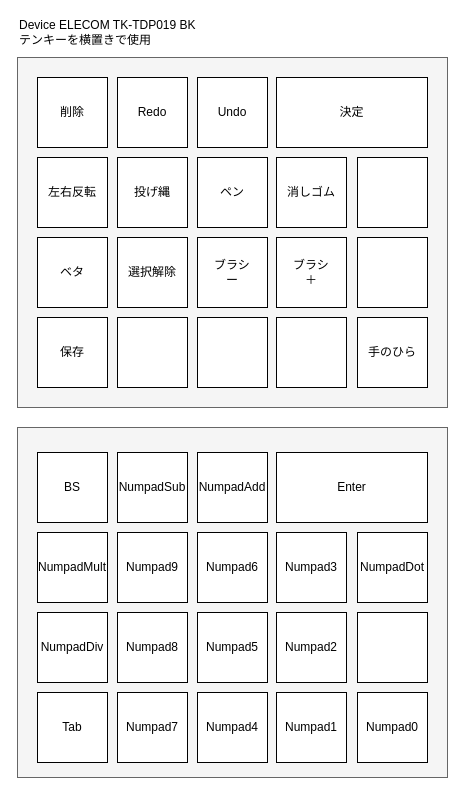
This is docs/softwares/clip_studio_paint.drawio from eirayimiguk/ahk, a draw.io file, before an edit. Source tidied: cells renumbered, new cells numbered last; positions are measured from the earlier drawing's top-left corner, leaving out a move shared by most shapes. Both pictures are drawn from the tidied source at 100%, with x=0, y=0 at pixel (17, 17).
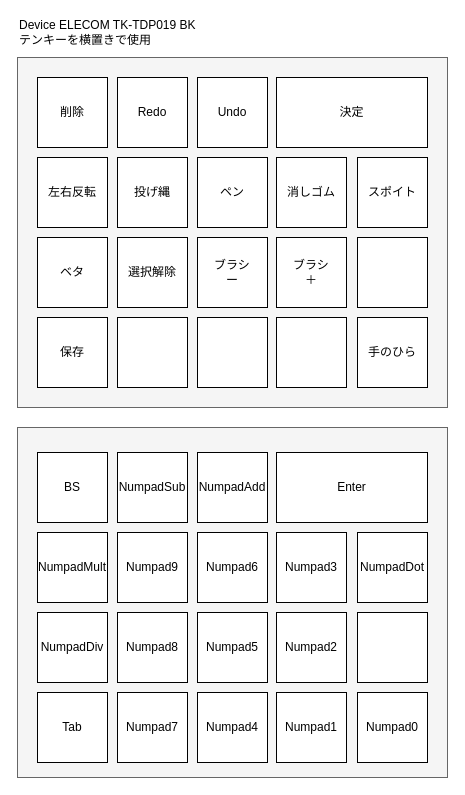
The same diagram, later.

Change to the diagram source:
```diff
@@
-    <mxCell id="20" style="whiteSpace=wrap;html=1;" parent="1" vertex="1">
+    <mxCell id="20" value="スポイト" style="whiteSpace=wrap;html=1;" parent="1" vertex="1">
       <mxGeometry x="340" y="140" width="70" height="70" as="geometry" />
     </mxCell>
```
